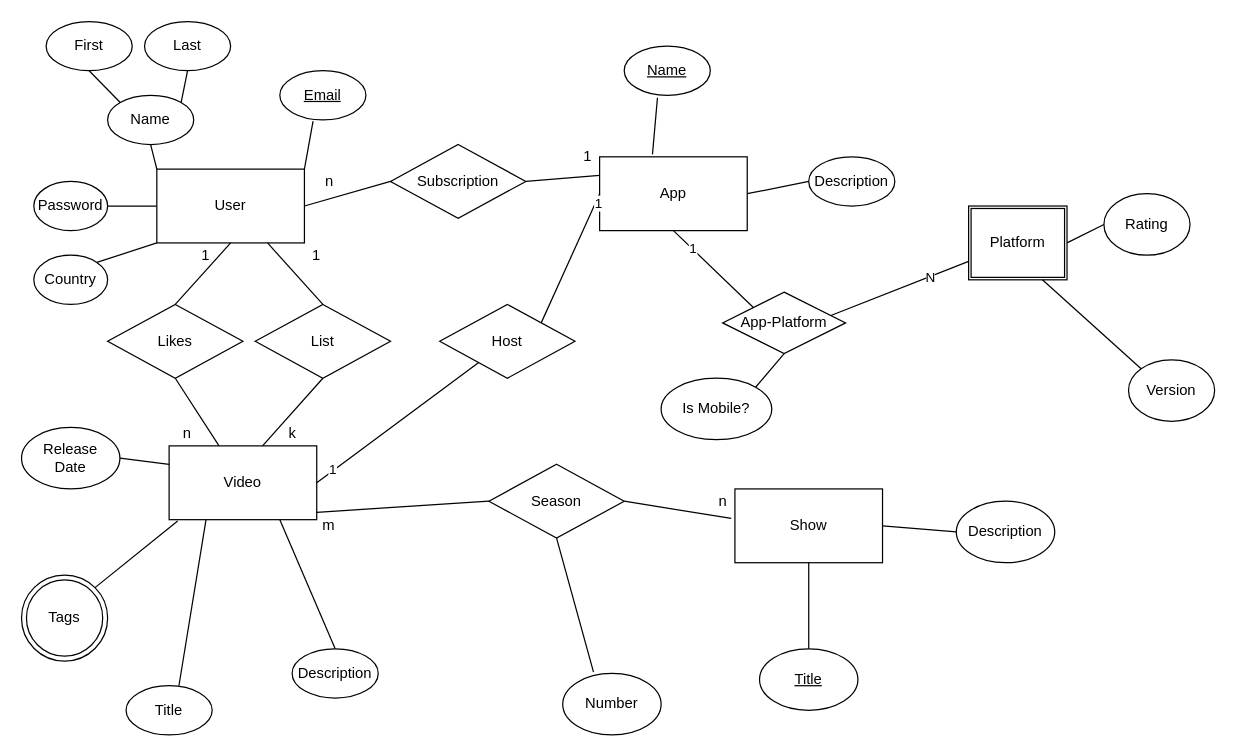
Above: VideoApp_ERD.drawio in oloveluck/VideoStreamingApp (draw.io), before the change. Source tidied: cells renumbered, new cells numbered last; positions are measured from the earlier drawing's top-left corner, leaving out a move shared by most shapes. Both pictures are drawn from the tidied source at 123%, with x=0, y=0 at pixel (21, 21).
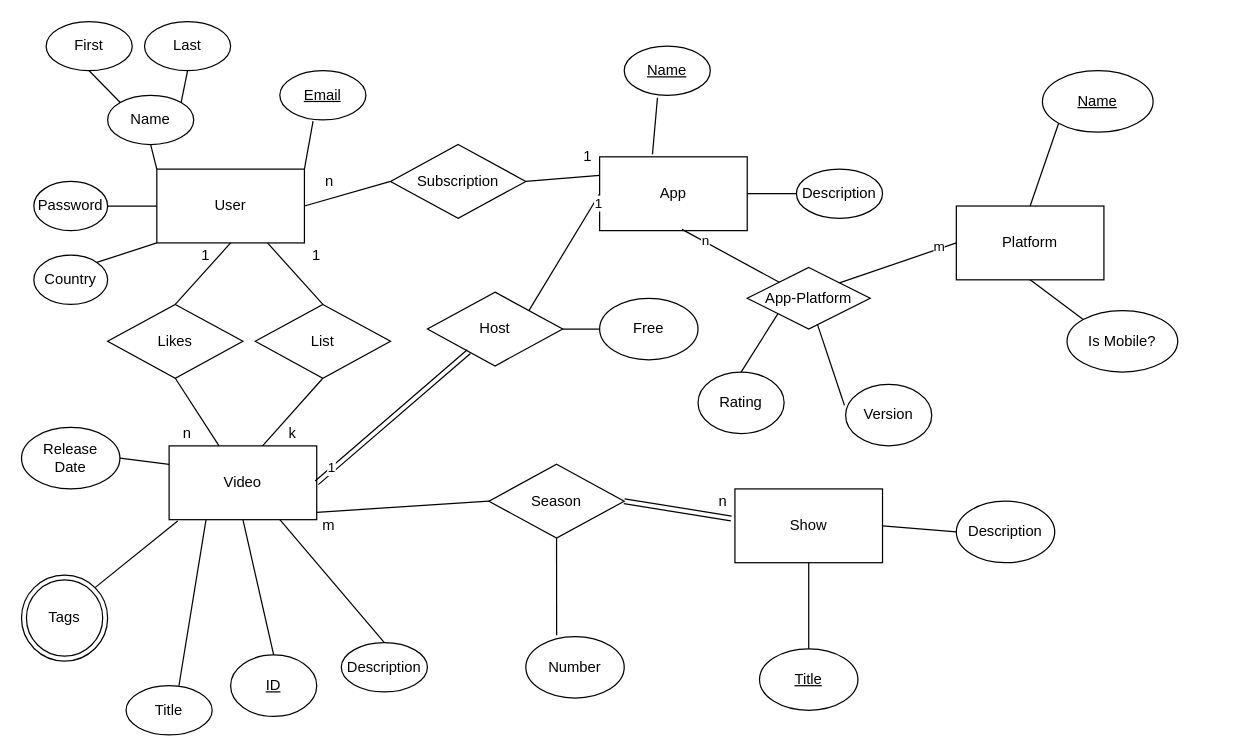
The same diagram, later.

The change refers to these unchanged cells:
```xml
<mxCell id="15" value="App" style="rounded=0;whiteSpace=wrap;html=1;" parent="1" vertex="1">
  <mxGeometry x="470" y="110" width="120" height="60" as="geometry" />
</mxCell>
<mxCell id="20" value="Video" style="rounded=0;whiteSpace=wrap;html=1;" parent="1" vertex="1">
  <mxGeometry x="120" y="345" width="120" height="60" as="geometry" />
</mxCell>
<mxCell id="21" value="Show" style="rounded=0;whiteSpace=wrap;html=1;" parent="1" vertex="1">
  <mxGeometry x="580" y="380" width="120" height="60" as="geometry" />
</mxCell>
<mxCell id="56" value="Season" style="rhombus;whiteSpace=wrap;html=1;" parent="1" vertex="1">
  <mxGeometry x="380" y="360" width="110" height="60" as="geometry" />
</mxCell>
```

Change to the diagram source:
```diff
@@
     <mxCell id="17" value="Description" style="ellipse;whiteSpace=wrap;html=1;" parent="1" vertex="1">
-      <mxGeometry x="640" y="110" width="70" height="40" as="geometry" />
+      <mxGeometry x="630" y="120" width="70" height="40" as="geometry" />
     </mxCell>
@@
     <mxCell id="25" value="Description" style="ellipse;whiteSpace=wrap;html=1;" parent="1" vertex="1">
-      <mxGeometry x="220" y="510" width="70" height="40" as="geometry" />
+      <mxGeometry x="260" y="505" width="70" height="40" as="geometry" />
     </mxCell>
@@
-    <mxCell id="34" value="Platform" style="shape=ext;double=1;rounded=0;whiteSpace=wrap;html=1;" parent="1" vertex="1">
-      <mxGeometry x="770" y="150" width="80" height="60" as="geometry" />
-    </mxCell>
     <mxCell id="35" value="App-Platform" style="rhombus;whiteSpace=wrap;html=1;" parent="1" vertex="1">
-      <mxGeometry x="570" y="220" width="100" height="50" as="geometry" />
+      <mxGeometry x="590" y="200" width="100" height="50" as="geometry" />
     </mxCell>
-    <mxCell id="36" style="endArrow=none;html=1;entryX=0.5;entryY=1;entryDx=0;entryDy=0;exitX=0;exitY=0;exitDx=0;exitDy=0;" parent="1" edge="1" source="35" target="15">
-      <mxGeometry relative="1" as="geometry" />
-    </mxCell>
-    <mxCell id="37" value="1" style="edgeLabel;html=1;align=center;verticalAlign=middle;" parent="36" vertex="1">
-      <mxGeometry x="0.53" relative="1" as="geometry" />
-    </mxCell>
-    <mxCell id="38" style="endArrow=none;html=1;exitX=0;exitY=0.75;exitDx=0;exitDy=0;entryX=0.88;entryY=0.38;entryDx=0;entryDy=0;entryPerimeter=0;" parent="1" edge="1" source="34" target="35">
-      <mxGeometry relative="1" as="geometry" />
-    </mxCell>
-    <mxCell id="39" value="N" style="edgeLabel;html=1;align=center;verticalAlign=middle;" parent="38" vertex="1">
-      <mxGeometry x="-0.44" relative="1" as="geometry" />
-    </mxCell>
     <mxCell id="40" value="Is Mobile?" style="ellipse;whiteSpace=wrap;html=1;" parent="1" vertex="1">
-      <mxGeometry x="520" y="290" width="90" height="50" as="geometry" />
+      <mxGeometry x="850" y="235" width="90" height="50" as="geometry" />
     </mxCell>
-    <mxCell id="41" style="endArrow=none;html=1;entryX=1;entryY=0;entryDx=0;entryDy=0;exitX=0.5;exitY=1;exitDx=0;exitDy=0;" parent="1" edge="1" source="35" target="40">
+    <mxCell id="41" style="endArrow=none;html=1;entryX=0;entryY=0;entryDx=0;entryDy=0;exitX=0.5;exitY=1;exitDx=0;exitDy=0;" parent="1" edge="1" source="34" target="40">
       <mxGeometry relative="1" as="geometry" />
     </mxCell>
     <mxCell id="42" value="Rating" style="ellipse;whiteSpace=wrap;html=1;" parent="1" vertex="1">
-      <mxGeometry x="880" y="140" width="70" height="50" as="geometry" />
+      <mxGeometry x="550" y="285" width="70" height="50" as="geometry" />
     </mxCell>
     <mxCell id="43" value="Version" style="ellipse;whiteSpace=wrap;html=1;" parent="1" vertex="1">
-      <mxGeometry x="900" y="275" width="70" height="50" as="geometry" />
+      <mxGeometry x="670" y="295" width="70" height="50" as="geometry" />
     </mxCell>
-    <mxCell id="44" style="endArrow=none;html=1;entryX=0.75;entryY=1;entryDx=0;entryDy=0;exitX=0;exitY=0;exitDx=0;exitDy=0;" parent="1" edge="1" source="43" target="34">
+    <mxCell id="44" style="endArrow=none;html=1;exitX=-0.014;exitY=0.34;exitDx=0;exitDy=0;exitPerimeter=0;" parent="1" edge="1" source="43" target="35">
       <mxGeometry relative="1" as="geometry" />
     </mxCell>
-    <mxCell id="45" style="endArrow=none;html=1;exitX=1;exitY=0.5;exitDx=0;exitDy=0;entryX=0;entryY=0.5;entryDx=0;entryDy=0;" parent="1" edge="1" source="34" target="42">
+    <mxCell id="45" style="endArrow=none;html=1;exitX=0;exitY=1;exitDx=0;exitDy=0;entryX=0.5;entryY=0;entryDx=0;entryDy=0;" parent="1" edge="1" source="35" target="42">
       <mxGeometry relative="1" as="geometry" />
     </mxCell>
     <mxCell id="46" value="Host" style="rhombus;whiteSpace=wrap;html=1;" parent="1" vertex="1">
-      <mxGeometry x="340" y="230" width="110" height="60" as="geometry" />
+      <mxGeometry x="330" y="220" width="110" height="60" as="geometry" />
     </mxCell>
@@
-    <mxCell id="49" style="endArrow=none;html=1;entryX=1;entryY=0.5;entryDx=0;entryDy=0;" parent="1" edge="1" source="46" target="20">
+    <mxCell id="49" style="endArrow=none;html=1;entryX=1;entryY=0.5;entryDx=0;entryDy=0;shape=link;" parent="1" edge="1" source="46" target="20">
       <mxGeometry relative="1" as="geometry" />
     </mxCell>
@@
-    <mxCell id="57" style="endArrow=none;html=1;entryX=-0.025;entryY=0.4;entryDx=0;entryDy=0;exitX=1;exitY=0.5;exitDx=0;exitDy=0;entryPerimeter=0;" parent="1" edge="1" source="56" target="21">
+    <mxCell id="57" style="endArrow=none;html=1;entryX=-0.025;entryY=0.4;entryDx=0;entryDy=0;exitX=1;exitY=0.5;exitDx=0;exitDy=0;entryPerimeter=0;shape=link;" parent="1" edge="1" source="56" target="21">
       <mxGeometry relative="1" as="geometry" />
     </mxCell>
@@
     <mxCell id="61" value="Number" style="ellipse;whiteSpace=wrap;html=1;" parent="1" vertex="1">
-      <mxGeometry x="440" y="530" width="80" height="50" as="geometry" />
+      <mxGeometry x="410" y="500" width="80" height="50" as="geometry" />
     </mxCell>
@@
+    <mxCell id="73" value="Free" style="ellipse;whiteSpace=wrap;html=1;" parent="1" vertex="1">
+      <mxGeometry x="470" y="225" width="80" height="50" as="geometry" />
+    </mxCell>
+    <mxCell id="74" value="&lt;u&gt;ID&lt;/u&gt;" style="ellipse;whiteSpace=wrap;html=1;" parent="1" vertex="1">
+      <mxGeometry x="170" y="515" width="70" height="50" as="geometry" />
+    </mxCell>
+    <mxCell id="75" style="endArrow=none;html=1;exitX=0.5;exitY=1;exitDx=0;exitDy=0;entryX=0.5;entryY=0;entryDx=0;entryDy=0;" parent="1" edge="1" source="20" target="74">
+      <mxGeometry relative="1" as="geometry" />
+    </mxCell>
+    <mxCell id="34" value="Platform" style="rounded=0;whiteSpace=wrap;html=1;" parent="1" vertex="1">
+      <mxGeometry x="760" y="150" width="120" height="60" as="geometry" />
+    </mxCell>
+    <mxCell id="76" style="endArrow=none;html=1;exitX=0.558;exitY=0.983;exitDx=0;exitDy=0;exitPerimeter=0;" parent="1" edge="1" source="15" target="35">
+      <mxGeometry relative="1" as="geometry" />
+    </mxCell>
+    <mxCell id="77" value="n" style="edgeLabel;html=1;align=center;verticalAlign=middle;" parent="76" vertex="1">
+      <mxGeometry x="-0.55" y="1" relative="1" as="geometry" />
+    </mxCell>
+    <mxCell id="78" style="endArrow=none;html=1;entryX=0.5;entryY=0;entryDx=0;entryDy=0;exitX=0;exitY=1;exitDx=0;exitDy=0;" parent="1" edge="1" source="79" target="34">
+      <mxGeometry relative="1" as="geometry" />
+    </mxCell>
+    <mxCell id="79" value="&lt;u&gt;Name&lt;/u&gt;" style="ellipse;whiteSpace=wrap;html=1;" parent="1" vertex="1">
+      <mxGeometry x="830" y="40" width="90" height="50" as="geometry" />
+    </mxCell>
+    <mxCell id="80" style="endArrow=none;html=1;exitX=1;exitY=0;exitDx=0;exitDy=0;entryX=0;entryY=0.5;entryDx=0;entryDy=0;" parent="1" edge="1" source="35" target="34">
+      <mxGeometry relative="1" as="geometry" />
+    </mxCell>
+    <mxCell id="81" value="m" style="edgeLabel;html=1;align=center;verticalAlign=middle;" parent="80" vertex="1">
+      <mxGeometry x="0.72" y="2" relative="1" as="geometry" />
+    </mxCell>
+    <mxCell id="82" style="endArrow=none;html=1;entryX=1;entryY=0.5;entryDx=0;entryDy=0;exitX=0;exitY=0.5;exitDx=0;exitDy=0;" parent="1" edge="1" source="73" target="46">
+      <mxGeometry relative="1" as="geometry" />
+    </mxCell>
```
